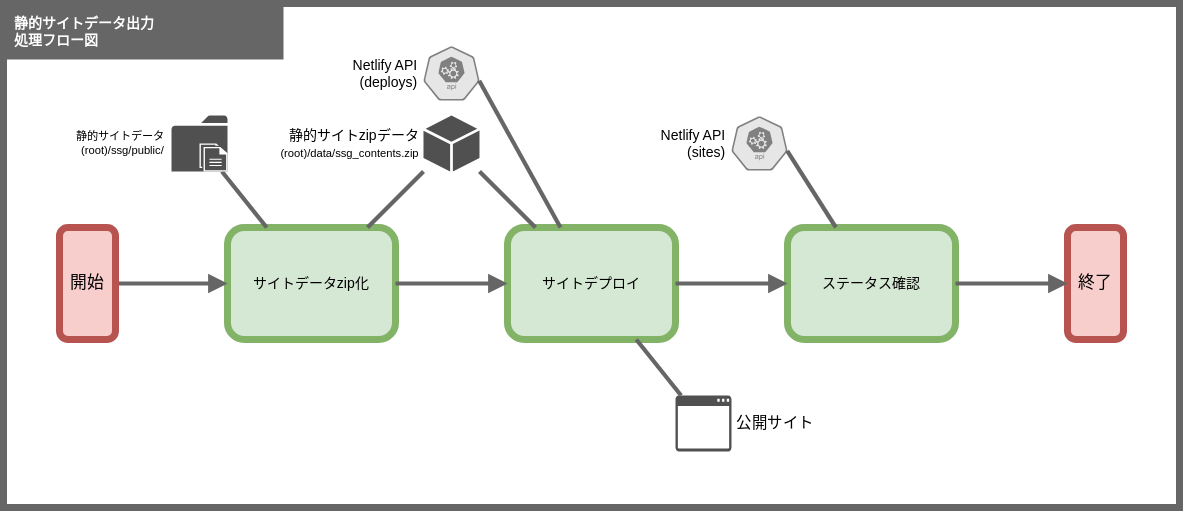
Before: doc/201_設計/01510205_サイト公開_処理フロー図.drawio.svg, a diagram exported from draw.io (take4bcreators/cafe-train-prj). Source tidied: cells renumbered, new cells last; positions are measured from the earlier drawing's top-left corner, leaving out a move shared by most shapes. Its diagram source:
```xml
<mxGraphModel>
  <root>
    <mxCell id="0" />
    <mxCell id="1" value="背景" parent="0" />
    <mxCell id="2" style="rounded=0;whiteSpace=wrap;html=1;fillColor=#FFFFFF;strokeColor=#666666;strokeWidth=5;fontSize=10;" parent="1" vertex="1">
      <mxGeometry width="840" height="360" as="geometry" />
    </mxCell>
    <mxCell id="3" value="メイン" parent="0" />
    <mxCell id="4" value="サイトデータzip化" style="rounded=1;whiteSpace=wrap;html=1;fillColor=#d5e8d4;strokeColor=#82b366;strokeWidth=5;fontSize=10;" parent="3" vertex="1">
      <mxGeometry x="160" y="160" width="120" height="80" as="geometry" />
    </mxCell>
    <mxCell id="5" style="edgeStyle=none;html=1;endArrow=block;endFill=1;strokeColor=#666666;strokeWidth=3;" parent="3" edge="1" source="6" target="4">
      <mxGeometry relative="1" as="geometry" />
    </mxCell>
    <mxCell id="6" value="開始" style="rounded=1;whiteSpace=wrap;html=1;fillColor=#f8cecc;strokeColor=#b85450;strokeWidth=5;" parent="3" vertex="1">
      <mxGeometry x="40" y="160" width="40" height="80" as="geometry" />
    </mxCell>
    <mxCell id="7" style="edgeStyle=none;shape=connector;rounded=1;html=1;labelBackgroundColor=default;fontFamily=Helvetica;fontSize=11;fontColor=default;endArrow=none;endFill=0;strokeColor=#666666;strokeWidth=3;" parent="3" edge="1" source="13" target="4">
      <mxGeometry relative="1" as="geometry" />
    </mxCell>
    <mxCell id="8" value="終了" style="rounded=1;whiteSpace=wrap;html=1;fillColor=#f8cecc;strokeColor=#b85450;strokeWidth=5;" parent="3" vertex="1">
      <mxGeometry x="760" y="160" width="40" height="80" as="geometry" />
    </mxCell>
    <mxCell id="9" value="静的サイトデータ出力&lt;br&gt;処理フロー図" style="rounded=0;whiteSpace=wrap;html=1;fillColor=#666666;strokeColor=none;strokeWidth=5;fontSize=10;fontColor=#FFFFFF;align=left;spacingLeft=6;spacingRight=6;fontStyle=1;" parent="3" vertex="1">
      <mxGeometry width="200" height="40" as="geometry" />
    </mxCell>
    <mxCell id="10" style="edgeStyle=none;shape=connector;rounded=1;html=1;labelBackgroundColor=default;fontFamily=Helvetica;fontSize=11;fontColor=default;endArrow=none;endFill=0;strokeColor=#666666;strokeWidth=3;" parent="3" edge="1" source="4" target="15">
      <mxGeometry relative="1" as="geometry" />
    </mxCell>
    <mxCell id="11" value="サイトデプロイ" style="rounded=1;whiteSpace=wrap;html=1;fillColor=#d5e8d4;strokeColor=#82b366;strokeWidth=5;fontSize=10;" parent="3" vertex="1">
      <mxGeometry x="360" y="160" width="120" height="80" as="geometry" />
    </mxCell>
    <mxCell id="12" value="静的サイトデータ&#10;(root)/ssg/public/" style="group;labelPosition=left;verticalLabelPosition=middle;align=right;verticalAlign=middle;spacingLeft=3;spacingRight=3;fontSize=8;" parent="3" vertex="1">
      <mxGeometry x="120" y="80" width="40" height="40" as="geometry" />
    </mxCell>
    <mxCell id="13" style="sketch=0;shadow=0;dashed=0;html=1;strokeColor=none;fillColor=#505050;labelPosition=center;verticalLabelPosition=bottom;verticalAlign=top;outlineConnect=0;align=center;shape=mxgraph.office.concepts.folder;" parent="12" vertex="1">
      <mxGeometry width="40" height="40" as="geometry" />
    </mxCell>
    <mxCell id="14" style="sketch=0;shadow=0;dashed=0;html=1;strokeColor=none;fillColor=#FFFFFF;labelPosition=center;verticalLabelPosition=bottom;verticalAlign=top;align=center;shape=mxgraph.office.concepts.documents;" parent="12" vertex="1">
      <mxGeometry x="20" y="20" width="20" height="20" as="geometry" />
    </mxCell>
    <mxCell id="15" value="静的サイトzipデータ&lt;br&gt;&lt;font style=&quot;font-size: 8px&quot;&gt;(root)/data/ssg_contents.zip&lt;/font&gt;" style="sketch=0;shadow=0;dashed=0;html=1;strokeColor=none;fillColor=#505050;labelPosition=left;verticalLabelPosition=middle;verticalAlign=middle;outlineConnect=0;align=right;shape=mxgraph.office.concepts.node_generic;fontSize=10;spacingLeft=2;spacingRight=2;" parent="3" vertex="1">
      <mxGeometry x="300" y="80" width="40" height="40" as="geometry" />
    </mxCell>
    <mxCell id="16" style="edgeStyle=none;shape=connector;rounded=1;html=1;labelBackgroundColor=default;fontFamily=Helvetica;fontSize=11;fontColor=default;endArrow=none;endFill=0;strokeColor=#666666;strokeWidth=3;" parent="3" edge="1" source="11" target="15">
      <mxGeometry relative="1" as="geometry" />
    </mxCell>
    <mxCell id="17" style="edgeStyle=none;html=1;endArrow=block;endFill=1;strokeColor=#666666;strokeWidth=3;" parent="3" edge="1" source="4" target="11">
      <mxGeometry relative="1" as="geometry" />
    </mxCell>
    <mxCell id="18" value="公開サイト" style="sketch=0;shadow=0;dashed=0;html=1;strokeColor=none;fillColor=#505050;labelPosition=right;verticalLabelPosition=middle;verticalAlign=middle;outlineConnect=0;align=left;shape=mxgraph.office.concepts.application_generic;fontFamily=Helvetica;fontSize=11;fontColor=default;spacingLeft=2;spacingRight=2;" parent="3" vertex="1">
      <mxGeometry x="480" y="280" width="40" height="40" as="geometry" />
    </mxCell>
    <mxCell id="19" style="edgeStyle=none;shape=connector;rounded=1;html=1;labelBackgroundColor=default;fontFamily=Helvetica;fontSize=11;fontColor=default;endArrow=none;endFill=0;strokeColor=#666666;strokeWidth=3;" parent="3" edge="1" source="18" target="11">
      <mxGeometry relative="1" as="geometry" />
    </mxCell>
    <mxCell id="20" value="ステータス確認" style="rounded=1;whiteSpace=wrap;html=1;fillColor=#d5e8d4;strokeColor=#82b366;strokeWidth=5;fontSize=10;" parent="3" vertex="1">
      <mxGeometry x="560" y="160" width="120" height="80" as="geometry" />
    </mxCell>
    <mxCell id="21" style="edgeStyle=none;html=1;endArrow=block;endFill=1;strokeColor=#666666;strokeWidth=3;" parent="3" edge="1" source="11" target="20">
      <mxGeometry relative="1" as="geometry" />
    </mxCell>
    <mxCell id="22" style="edgeStyle=none;html=1;endArrow=block;endFill=1;strokeColor=#666666;strokeWidth=3;" parent="3" edge="1" source="20" target="8">
      <mxGeometry relative="1" as="geometry" />
    </mxCell>
    <mxCell id="23" value="&lt;font style=&quot;font-size: 10px&quot;&gt;Netlify API&lt;br&gt;(deploys)&lt;br&gt;&lt;/font&gt;" style="sketch=0;html=1;dashed=0;whitespace=wrap;fillColor=#E6E6E6;strokeColor=#808080;points=[[0.005,0.63,0],[0.1,0.2,0],[0.9,0.2,0],[0.5,0,0],[0.995,0.63,0],[0.72,0.99,0],[0.5,1,0],[0.28,0.99,0]];shape=mxgraph.kubernetes.icon;prIcon=api;fontFamily=Helvetica;fontSize=8;fontColor=default;spacingLeft=3;labelPosition=left;verticalLabelPosition=middle;align=right;verticalAlign=middle;spacingRight=3;strokeWidth=3;" parent="3" vertex="1">
      <mxGeometry x="300" y="30" width="40" height="40" as="geometry" />
    </mxCell>
    <mxCell id="24" style="edgeStyle=none;shape=connector;rounded=1;html=1;labelBackgroundColor=default;fontFamily=Helvetica;fontSize=11;fontColor=default;endArrow=none;endFill=0;strokeColor=#666666;strokeWidth=3;entryX=0.995;entryY=0.63;entryDx=0;entryDy=0;entryPerimeter=0;" parent="3" edge="1" source="11" target="23">
      <mxGeometry relative="1" as="geometry" />
    </mxCell>
    <mxCell id="25" value="&lt;font style=&quot;font-size: 10px&quot;&gt;Netlify API&lt;br&gt;(sites)&lt;br&gt;&lt;/font&gt;" style="sketch=0;html=1;dashed=0;whitespace=wrap;fillColor=#E6E6E6;strokeColor=#808080;points=[[0.005,0.63,0],[0.1,0.2,0],[0.9,0.2,0],[0.5,0,0],[0.995,0.63,0],[0.72,0.99,0],[0.5,1,0],[0.28,0.99,0]];shape=mxgraph.kubernetes.icon;prIcon=api;fontFamily=Helvetica;fontSize=8;fontColor=default;spacingLeft=3;labelPosition=left;verticalLabelPosition=middle;align=right;verticalAlign=middle;spacingRight=3;strokeWidth=3;" parent="3" vertex="1">
      <mxGeometry x="520" y="80" width="40" height="40" as="geometry" />
    </mxCell>
    <mxCell id="26" style="edgeStyle=none;shape=connector;rounded=1;html=1;labelBackgroundColor=default;fontFamily=Helvetica;fontSize=11;fontColor=default;endArrow=none;endFill=0;strokeColor=#666666;strokeWidth=3;entryX=0.995;entryY=0.63;entryDx=0;entryDy=0;entryPerimeter=0;" parent="3" edge="1" source="20" target="25">
      <mxGeometry relative="1" as="geometry" />
    </mxCell>
  </root>
</mxGraphModel>
```
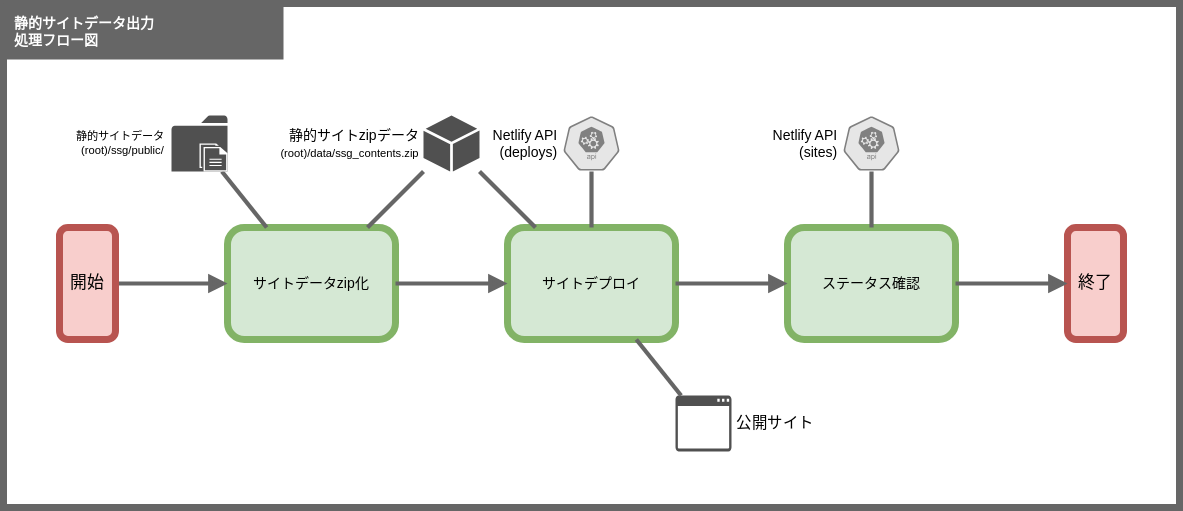
After the commit.

Diff of the diagram source:
```diff
@@ -64,15 +64,15 @@
       <mxGeometry relative="1" as="geometry" />
     </mxCell>
     <mxCell id="23" value="&lt;font style=&quot;font-size: 10px&quot;&gt;Netlify API&lt;br&gt;(deploys)&lt;br&gt;&lt;/font&gt;" style="sketch=0;html=1;dashed=0;whitespace=wrap;fillColor=#E6E6E6;strokeColor=#808080;points=[[0.005,0.63,0],[0.1,0.2,0],[0.9,0.2,0],[0.5,0,0],[0.995,0.63,0],[0.72,0.99,0],[0.5,1,0],[0.28,0.99,0]];shape=mxgraph.kubernetes.icon;prIcon=api;fontFamily=Helvetica;fontSize=8;fontColor=default;spacingLeft=3;labelPosition=left;verticalLabelPosition=middle;align=right;verticalAlign=middle;spacingRight=3;strokeWidth=3;" parent="3" vertex="1">
-      <mxGeometry x="300" y="30" width="40" height="40" as="geometry" />
+      <mxGeometry x="400" y="80" width="40" height="40" as="geometry" />
     </mxCell>
-    <mxCell id="24" style="edgeStyle=none;shape=connector;rounded=1;html=1;labelBackgroundColor=default;fontFamily=Helvetica;fontSize=11;fontColor=default;endArrow=none;endFill=0;strokeColor=#666666;strokeWidth=3;entryX=0.995;entryY=0.63;entryDx=0;entryDy=0;entryPerimeter=0;" parent="3" edge="1" source="11" target="23">
+    <mxCell id="24" style="edgeStyle=none;shape=connector;rounded=1;html=1;labelBackgroundColor=default;fontFamily=Helvetica;fontSize=11;fontColor=default;endArrow=none;endFill=0;strokeColor=#666666;strokeWidth=3;entryX=0.5;entryY=1;entryDx=0;entryDy=0;entryPerimeter=0;" parent="3" edge="1" source="11" target="23">
       <mxGeometry relative="1" as="geometry" />
     </mxCell>
     <mxCell id="25" value="&lt;font style=&quot;font-size: 10px&quot;&gt;Netlify API&lt;br&gt;(sites)&lt;br&gt;&lt;/font&gt;" style="sketch=0;html=1;dashed=0;whitespace=wrap;fillColor=#E6E6E6;strokeColor=#808080;points=[[0.005,0.63,0],[0.1,0.2,0],[0.9,0.2,0],[0.5,0,0],[0.995,0.63,0],[0.72,0.99,0],[0.5,1,0],[0.28,0.99,0]];shape=mxgraph.kubernetes.icon;prIcon=api;fontFamily=Helvetica;fontSize=8;fontColor=default;spacingLeft=3;labelPosition=left;verticalLabelPosition=middle;align=right;verticalAlign=middle;spacingRight=3;strokeWidth=3;" parent="3" vertex="1">
-      <mxGeometry x="520" y="80" width="40" height="40" as="geometry" />
+      <mxGeometry x="600" y="80" width="40" height="40" as="geometry" />
     </mxCell>
-    <mxCell id="26" style="edgeStyle=none;shape=connector;rounded=1;html=1;labelBackgroundColor=default;fontFamily=Helvetica;fontSize=11;fontColor=default;endArrow=none;endFill=0;strokeColor=#666666;strokeWidth=3;entryX=0.995;entryY=0.63;entryDx=0;entryDy=0;entryPerimeter=0;" parent="3" edge="1" source="20" target="25">
+    <mxCell id="26" style="edgeStyle=none;shape=connector;rounded=1;html=1;labelBackgroundColor=default;fontFamily=Helvetica;fontSize=11;fontColor=default;endArrow=none;endFill=0;strokeColor=#666666;strokeWidth=3;entryX=0.5;entryY=1;entryDx=0;entryDy=0;entryPerimeter=0;" parent="3" edge="1" source="20" target="25">
       <mxGeometry relative="1" as="geometry" />
     </mxCell>
   </root>
```
